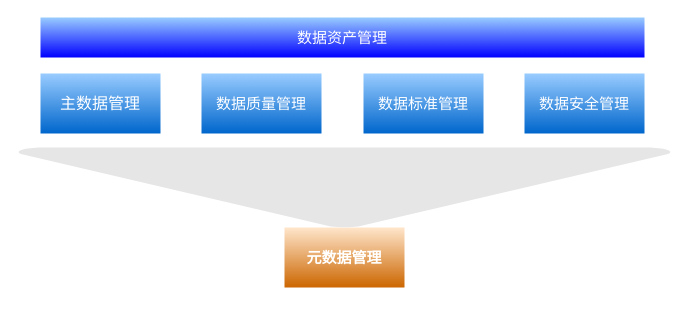
jingmian/design-repo keeps this draw.io diagram as 元数据管理支撑数据管理架构.drawio. Above is the earlier version. Source tidied: cells renumbered, new cells numbered last; positions are measured from the earlier drawing's top-left corner, leaving out a move shared by most shapes. Both pictures are drawn from the tidied source at 100%, with x=0, y=0 at pixel (17, 17).
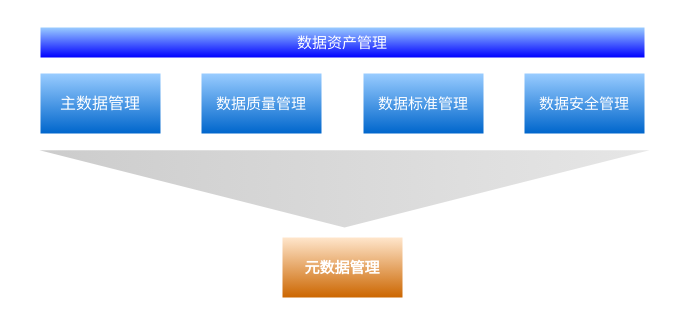
After the change.

Commit message (it also covers changes not shown here):
更新元数据管理支撑数据管理架构.drawio

Diff of the diagram source:
```diff
@@
 <mxGraphModel>
   <root>
     <mxCell id="0" />
     <mxCell id="1" parent="0" />
     <mxCell id="2" value="&lt;font color=&quot;#ffffff&quot; style=&quot;font-size: 15px&quot;&gt;&lt;b&gt;元数据管理&lt;/b&gt;&lt;/font&gt;" style="rounded=0;whiteSpace=wrap;html=1;strokeColor=none;fillColor=#FFE6CC;gradientColor=#CC6600;" parent="1" vertex="1">
-      <mxGeometry x="267" y="210" width="120" height="60" as="geometry" />
+      <mxGeometry x="265" y="220" width="120" height="60" as="geometry" />
     </mxCell>
-    <mxCell id="3" style="strokeWidth=2;html=1;shape=mxgraph.flowchart.merge_or_storage;whiteSpace=wrap;fillColor=#E6E6E6;strokeColor=none;" parent="1" vertex="1">
-      <mxGeometry y="130" width="654" height="80" as="geometry" />
-    </mxCell>
     <mxCell id="4" value="主数据管理" style="rounded=0;whiteSpace=wrap;html=1;fillColor=#99CCFF;gradientColor=#0066CC;strokeColor=none;fontColor=#FFFFFF;fontSize=16;" parent="1" vertex="1">
       <mxGeometry x="23" y="56" width="120" height="60" as="geometry" />
     </mxCell>
     <mxCell id="5" value="数据质量管理" style="rounded=0;whiteSpace=wrap;html=1;fillColor=#99CCFF;gradientColor=#0066CC;strokeColor=none;fontColor=#FFFFFF;fontSize=15;" parent="1" vertex="1">
       <mxGeometry x="184" y="56" width="120" height="60" as="geometry" />
     </mxCell>
     <mxCell id="6" value="数据标准管理" style="rounded=0;whiteSpace=wrap;html=1;fillColor=#99CCFF;gradientColor=#0066CC;strokeColor=none;fontColor=#FFFFFF;fontSize=15;" parent="1" vertex="1">
       <mxGeometry x="346" y="56" width="120" height="60" as="geometry" />
     </mxCell>
     <mxCell id="7" value="数据安全管理" style="rounded=0;whiteSpace=wrap;html=1;fillColor=#99CCFF;gradientColor=#0066CC;strokeColor=none;fontColor=#FFFFFF;fontSize=15;" parent="1" vertex="1">
       <mxGeometry x="507" y="56" width="120" height="60" as="geometry" />
     </mxCell>
     <mxCell id="8" value="数据资产管理" style="rounded=0;whiteSpace=wrap;html=1;fillColor=#99CCFF;gradientColor=#0000FF;fontSize=15;fontColor=#FFFFFF;strokeColor=none;" parent="1" vertex="1">
-      <mxGeometry x="23" width="604" height="40" as="geometry" />
+      <mxGeometry x="23" y="10" width="604" height="30" as="geometry" />
     </mxCell>
+    <mxCell id="9" style="triangle;whiteSpace=wrap;html=1;fillColor=#E6E6E6;gradientColor=#CCCCCC;fontSize=15;fontColor=#FFFFFF;rotation=90;strokeColor=none;" parent="1" vertex="1">
+      <mxGeometry x="288.4" y="-133.6" width="77.2" height="610" as="geometry" />
+    </mxCell>
   </root>
 </mxGraphModel>
```
